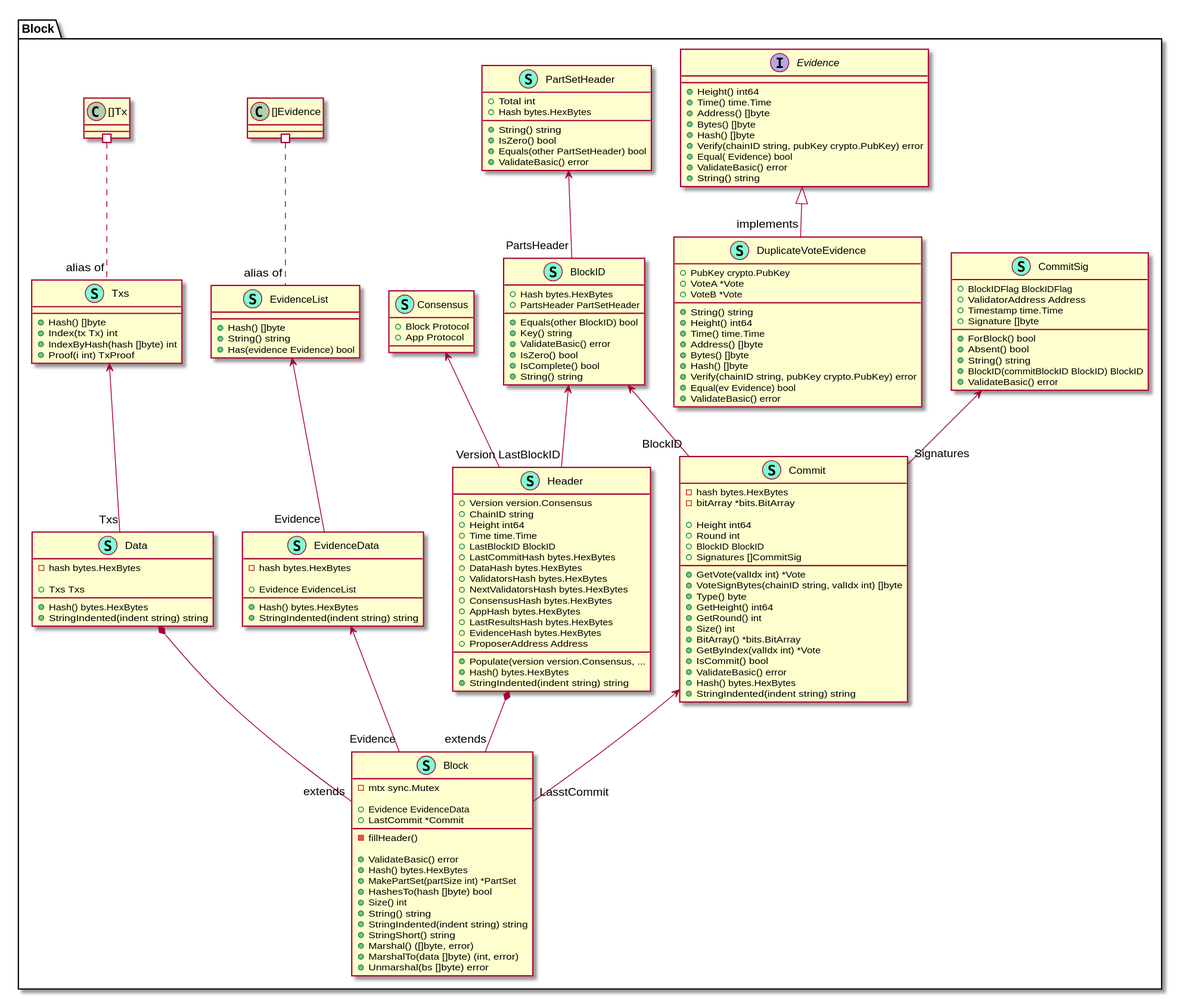
Before: cosmos-coinex/images/tendermint-block-long.svg, a diagram exported from PlantUML (longcpp/CryptoInAction).
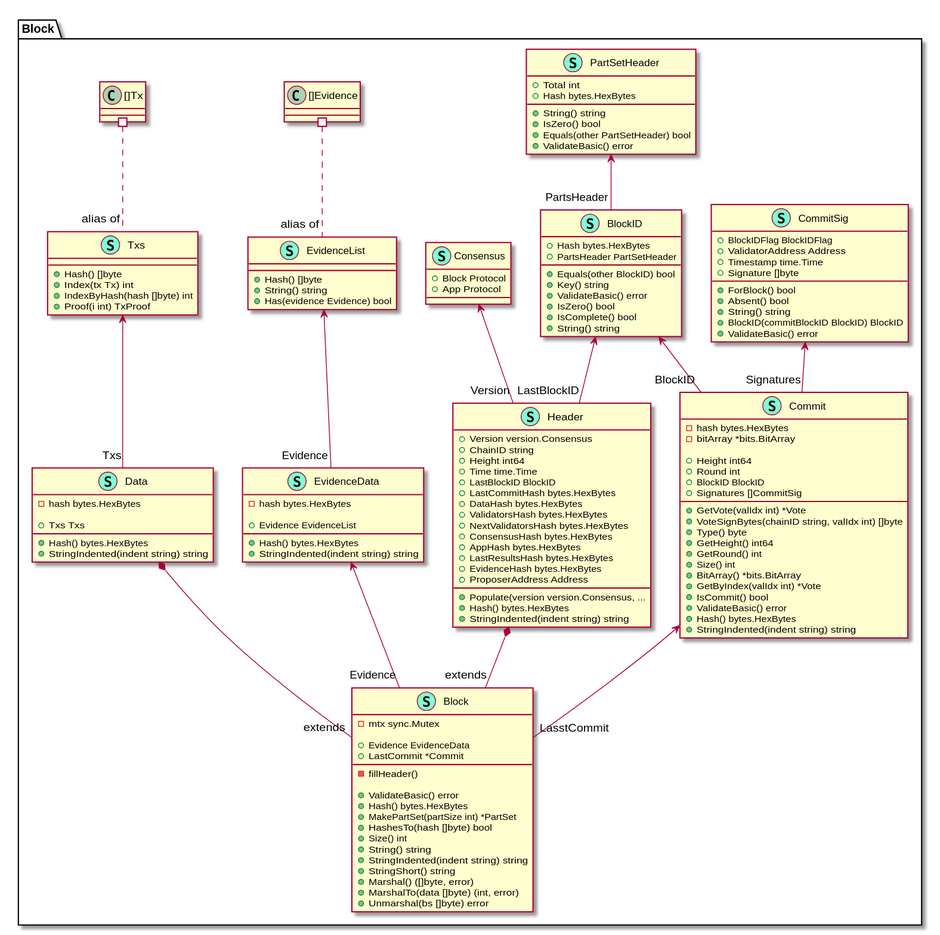
The same file after the commit.

Commit message:
tendermint block structure done

Change to the diagram source:
```diff
@@ -79,35 +79,7 @@
         + StringIndented(indent string) string
 
     }
-    class DuplicateVoteEvidence << (S,Aquamarine) >> {
-        + PubKey crypto.PubKey
-        + VoteA *Vote
-        + VoteB *Vote
 
-        + String() string
-        + Height() int64
-        + Time() time.Time
-        + Address() []byte
-        + Bytes() []byte
-        + Hash() []byte
-        + Verify(chainID string, pubKey crypto.PubKey) error
-        + Equal(ev Evidence) bool
-        + ValidateBasic() error
-
-    }
-
-    interface Evidence  {
-        + Height() int64
-        + Time() time.Time
-        + Address() []byte
-        + Bytes() []byte
-        + Hash() []byte
-        + Verify(chainID string, pubKey crypto.PubKey) error
-        + Equal( Evidence) bool
-        + ValidateBasic() error
-        + String() string
-
-    }
     class EvidenceData << (S,Aquamarine) >> {
         - hash bytes.HexBytes
 
@@ -172,7 +144,7 @@
 "Block.Data" *-- "extends""Block.Block"
 "Block.Header" *-- "extends""Block.Block"
 
-"Block.Evidence" <|-- "implements""Block.DuplicateVoteEvidence"
+
 
 "Block.BlockID" <--"LastBlockID" "Block.Header"
 
```
